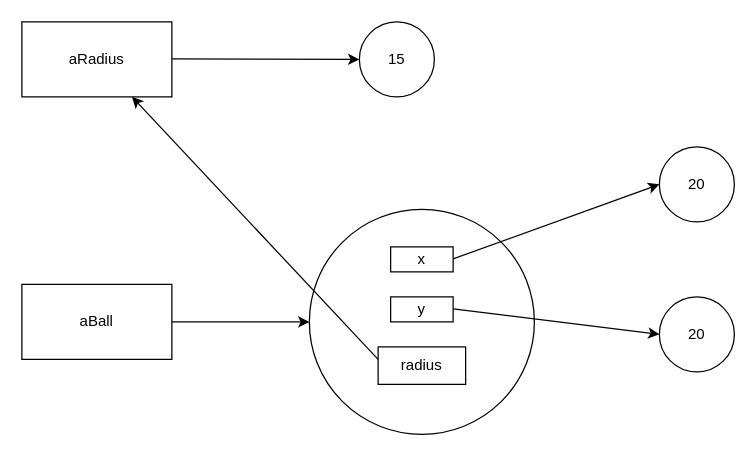
ZeddyZeke/sempre_a_codar keeps this draw.io diagram as Series/Programing101/exercises/01Values_and_Objects/01Values_and_Objects.drawio. Above is the earlier version. Source tidied: cells renumbered, new cells numbered last; positions are measured from the earlier drawing's top-left corner, leaving out a move shared by most shapes. Both pictures are drawn from the tidied source at 125%, with x=0, y=0 at pixel (21, 21).
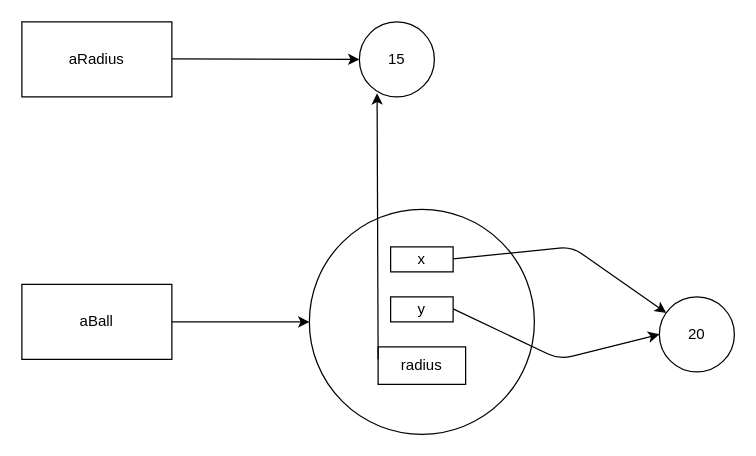
The same diagram, later.

Unchanged cells that the change refers to:
```xml
<mxCell id="2" value="aRadius" style="rounded=0;whiteSpace=wrap;html=1;" parent="1" vertex="1">
  <mxGeometry width="120" height="60" as="geometry" />
</mxCell>
<mxCell id="9" value="15" style="ellipse;whiteSpace=wrap;html=1;" parent="1" vertex="1">
  <mxGeometry x="270" width="60" height="60" as="geometry" />
</mxCell>
<mxCell id="11" value="20" style="ellipse;whiteSpace=wrap;html=1;" parent="1" vertex="1">
  <mxGeometry x="510" y="220" width="60" height="60" as="geometry" />
</mxCell>
```

Change to the diagram source:
```diff
@@
-    <mxCell id="10" value="20" style="ellipse;whiteSpace=wrap;html=1;" parent="1" vertex="1">
-      <mxGeometry x="510" y="100" width="60" height="60" as="geometry" />
-    </mxCell>
@@
-    <mxCell id="14" style="endArrow=classic;html=1;entryX=0;entryY=0.5;entryDx=0;entryDy=0;" parent="1" edge="1" target="10">
+    <mxCell id="14" style="endArrow=classic;html=1;" parent="1" edge="1" target="11">
       <mxGeometry relative="1" as="geometry">
         <mxPoint x="345" y="189.6" as="sourcePoint" />
+        <Array as="points">
+          <mxPoint x="440" y="180" />
+        </Array>
       </mxGeometry>
     </mxCell>
     <mxCell id="15" style="endArrow=classic;html=1;entryX=0;entryY=0.5;entryDx=0;entryDy=0;" parent="1" edge="1" target="11">
       <mxGeometry relative="1" as="geometry">
         <mxPoint x="345" y="229.6" as="sourcePoint" />
+        <Array as="points">
+          <mxPoint x="430" y="270" />
+        </Array>
       </mxGeometry>
     </mxCell>
-    <mxCell id="16" style="endArrow=classic;html=1;" parent="1" edge="1" target="2">
+    <mxCell id="16" style="endArrow=classic;html=1;entryX=0.236;entryY=0.953;entryDx=0;entryDy=0;entryPerimeter=0;" parent="1" edge="1" target="9">
       <mxGeometry relative="1" as="geometry">
         <mxPoint x="285" y="270" as="sourcePoint" />
       </mxGeometry>
     </mxCell>
```
